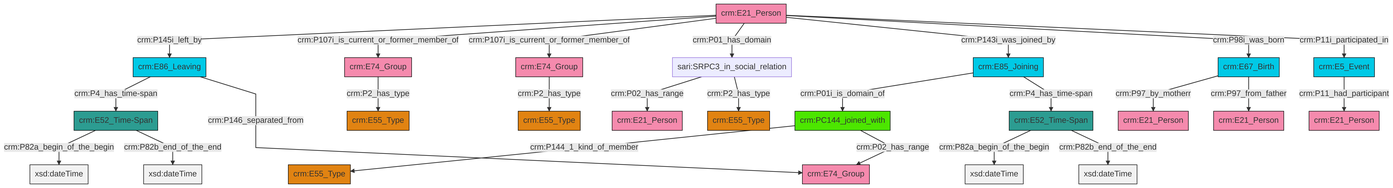
Before: et/personCSV/ttl/mmd/png/Person_Actor_Relations.png, a diagram exported from Mermaid (swiss-art-research-net/docs.swissartresearch). Its source is kept beside it as et/personCSV/ttl/mmd/Person_Actor_Relations.ttl.mmd.
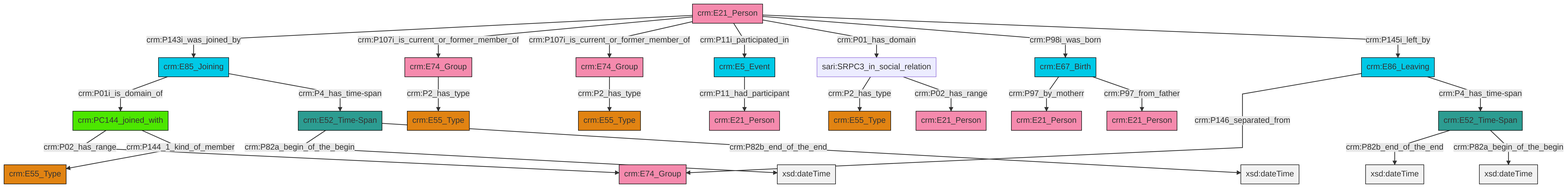
After the commit.

Diff of the diagram source:
```diff
@@ -13,27 +13,27 @@
 classDef PC_Classes fill:#4ce600, stroke:#000000;
 classDef Multi fill:#cccccc,stroke:#000000;
 
-4["crm:E52_Time-Span"]:::Time-Span -->|crm:P82a_begin_of_the_begin| 5[xsd:dateTime]:::Literal
-6["crm:E86_Leaving"]:::Temporal_Entity -->|crm:P4_has_time-span| 7["crm:E52_Time-Span"]:::Time-Span
-2["crm:E21_Person"]:::Actor -->|crm:P145i_left_by| 6["crm:E86_Leaving"]:::Temporal_Entity
-8["crm:PC144_joined_with"]:::PC_Classes -->|crm:P144_1_kind_of_member| 9["crm:E55_Type"]:::Type
-18["crm:E5_Event"]:::Temporal_Entity -->|crm:P11_had_participant| 19["crm:E21_Person"]:::Actor
-14["crm:E85_Joining"]:::Temporal_Entity -->|crm:P01i_is_domain_of| 8["crm:PC144_joined_with"]:::PC_Classes
-8["crm:PC144_joined_with"]:::PC_Classes -->|crm:P02_has_range| 25["crm:E74_Group"]:::Actor
-2["crm:E21_Person"]:::Actor -->|crm:P107i_is_current_or_former_member_of| 26["crm:E74_Group"]:::Actor
-2["crm:E21_Person"]:::Actor -->|crm:P107i_is_current_or_former_member_of| 0["crm:E74_Group"]:::Actor
-7["crm:E52_Time-Span"]:::Time-Span -->|crm:P82a_begin_of_the_begin| 35[xsd:dateTime]:::Literal
-7["crm:E52_Time-Span"]:::Time-Span -->|crm:P82b_end_of_the_end| 37[xsd:dateTime]:::Literal
-14["crm:E85_Joining"]:::Temporal_Entity -->|crm:P4_has_time-span| 4["crm:E52_Time-Span"]:::Time-Span
-16["crm:E67_Birth"]:::Temporal_Entity -->|crm:P97_by_motherr| 11["crm:E21_Person"]:::Actor
-16["crm:E67_Birth"]:::Temporal_Entity -->|crm:P97_from_father| 20["crm:E21_Person"]:::Actor
-26["crm:E74_Group"]:::Actor -->|crm:P2_has_type| 22["crm:E55_Type"]:::Type
-0["crm:E74_Group"]:::Actor -->|crm:P2_has_type| 32["crm:E55_Type"]:::Type
-43["sari:SRPC3_in_social_relation"]:::Default -->|crm:P02_has_range| 40["crm:E21_Person"]:::Actor
-2["crm:E21_Person"]:::Actor -->|crm:P01_has_domain| 43["sari:SRPC3_in_social_relation"]:::Default
-43["sari:SRPC3_in_social_relation"]:::Default -->|crm:P2_has_type| 38["crm:E55_Type"]:::Type
-4["crm:E52_Time-Span"]:::Time-Span -->|crm:P82b_end_of_the_end| 44[xsd:dateTime]:::Literal
-2["crm:E21_Person"]:::Actor -->|crm:P143i_was_joined_by| 14["crm:E85_Joining"]:::Temporal_Entity
-2["crm:E21_Person"]:::Actor -->|crm:P98i_was_born| 16["crm:E67_Birth"]:::Temporal_Entity
-2["crm:E21_Person"]:::Actor -->|crm:P11i_participated_in| 18["crm:E5_Event"]:::Temporal_Entity
-6["crm:E86_Leaving"]:::Temporal_Entity -->|crm:P146_separated_from| 25["crm:E74_Group"]:::Actor
+2["crm:E86_Leaving"]:::Temporal_Entity -->|crm:P146_separated_from| 3["crm:E74_Group"]:::Actor
+6["crm:E74_Group"]:::Actor -->|crm:P2_has_type| 7["crm:E55_Type"]:::Type
+8["crm:E21_Person"]:::Actor -->|crm:P143i_was_joined_by| 9["crm:E85_Joining"]:::Temporal_Entity
+13["crm:E52_Time-Span"]:::Time-Span -->|crm:P82b_end_of_the_end| 14[xsd:dateTime]:::Literal
+16["sari:SRPC3_in_social_relation"]:::Default -->|crm:P2_has_type| 17["crm:E55_Type"]:::Type
+16["sari:SRPC3_in_social_relation"]:::Default -->|crm:P02_has_range| 18["crm:E21_Person"]:::Actor
+8["crm:E21_Person"]:::Actor -->|crm:P107i_is_current_or_former_member_of| 6["crm:E74_Group"]:::Actor
+9["crm:E85_Joining"]:::Temporal_Entity -->|crm:P01i_is_domain_of| 26["crm:PC144_joined_with"]:::PC_Classes
+13["crm:E52_Time-Span"]:::Time-Span -->|crm:P82a_begin_of_the_begin| 29[xsd:dateTime]:::Literal
+26["crm:PC144_joined_with"]:::PC_Classes -->|crm:P02_has_range| 3["crm:E74_Group"]:::Actor
+10["crm:E5_Event"]:::Temporal_Entity -->|crm:P11_had_participant| 32["crm:E21_Person"]:::Actor
+4["crm:E52_Time-Span"]:::Time-Span -->|crm:P82a_begin_of_the_begin| 34[xsd:dateTime]:::Literal
+2["crm:E86_Leaving"]:::Temporal_Entity -->|crm:P4_has_time-span| 13["crm:E52_Time-Span"]:::Time-Span
+8["crm:E21_Person"]:::Actor -->|crm:P107i_is_current_or_former_member_of| 30["crm:E74_Group"]:::Actor
+8["crm:E21_Person"]:::Actor -->|crm:P11i_participated_in| 10["crm:E5_Event"]:::Temporal_Entity
+8["crm:E21_Person"]:::Actor -->|crm:P01_has_domain| 16["sari:SRPC3_in_social_relation"]:::Default
+8["crm:E21_Person"]:::Actor -->|crm:P98i_was_born| 21["crm:E67_Birth"]:::Temporal_Entity
+21["crm:E67_Birth"]:::Temporal_Entity -->|crm:P97_by_motherr| 27["crm:E21_Person"]:::Actor
+26["crm:PC144_joined_with"]:::PC_Classes -->|crm:P144_1_kind_of_member| 23["crm:E55_Type"]:::Type
+4["crm:E52_Time-Span"]:::Time-Span -->|crm:P82b_end_of_the_end| 40[xsd:dateTime]:::Literal
+30["crm:E74_Group"]:::Actor -->|crm:P2_has_type| 0["crm:E55_Type"]:::Type
+21["crm:E67_Birth"]:::Temporal_Entity -->|crm:P97_from_father| 44["crm:E21_Person"]:::Actor
+9["crm:E85_Joining"]:::Temporal_Entity -->|crm:P4_has_time-span| 4["crm:E52_Time-Span"]:::Time-Span
+8["crm:E21_Person"]:::Actor -->|crm:P145i_left_by| 2["crm:E86_Leaving"]:::Temporal_Entity
```
